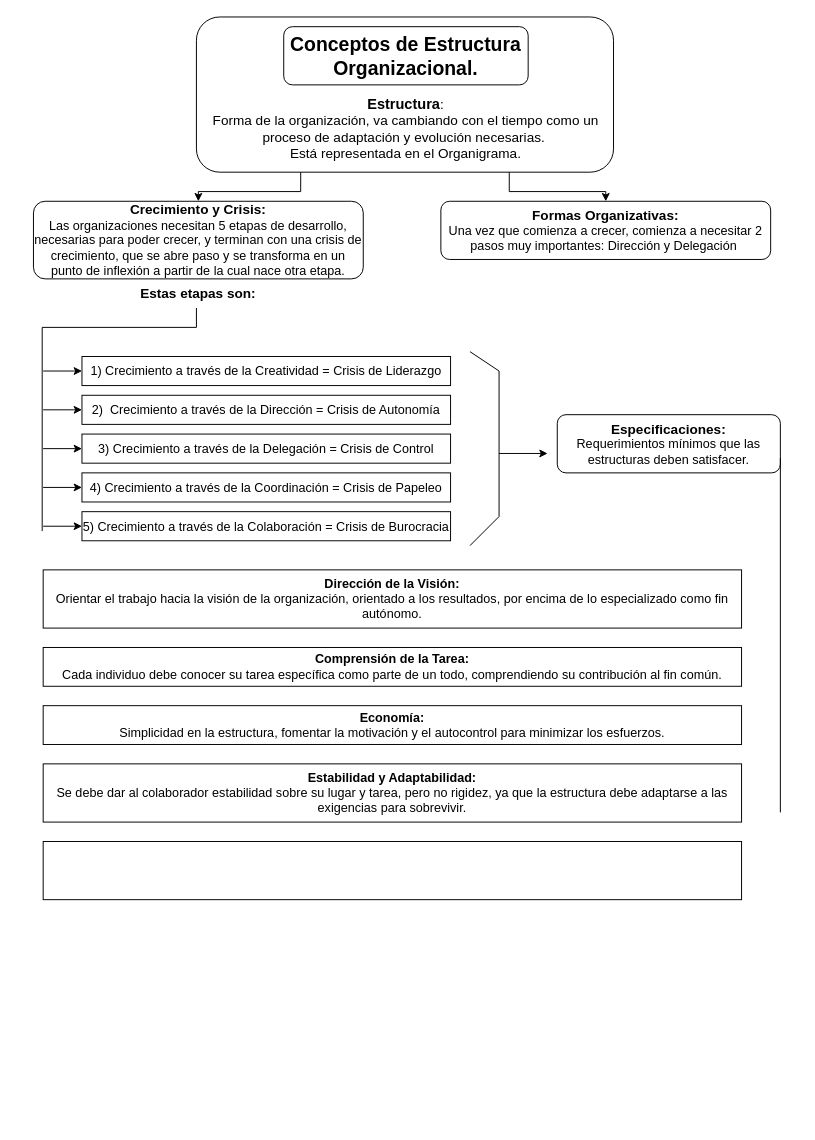
Earlier version of the draw.io diagram Primer Parcial Sistemas.drawio (PsyKloX/nextjs-course). Source tidied: cells renumbered, new cells numbered last; positions are measured from the earlier drawing's top-left corner, leaving out a move shared by most shapes. Both pictures are drawn from the tidied source at 97%, with x=0, y=0 at pixel (33, 16).
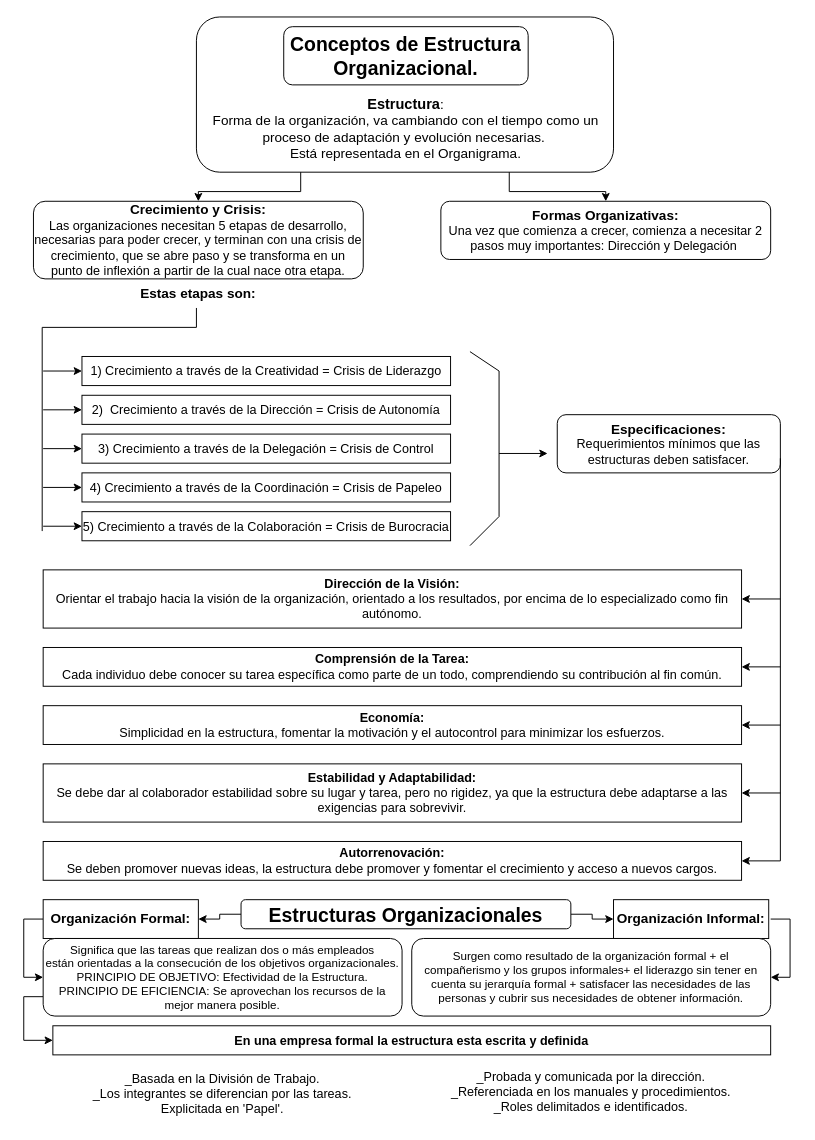
The same diagram, later.

Unchanged cells that the change refers to:
```xml
<mxCell id="23" value="&lt;b&gt;&lt;font style=&quot;font-size: 14px;&quot;&gt;Especificaciones:&lt;/font&gt;&lt;/b&gt;&lt;div&gt;&lt;font style=&quot;font-size: 13px;&quot;&gt;Requerimientos mínimos que las estructuras deben satisfacer.&lt;/font&gt;&lt;/div&gt;" style="rounded=1;whiteSpace=wrap;html=1;" parent="1" vertex="1">
  <mxGeometry x="540" y="410" width="230" height="60" as="geometry" />
</mxCell>
<mxCell id="25" value="&lt;b style=&quot;font-size: 13px;&quot;&gt;&lt;font style=&quot;font-size: 13px;&quot;&gt;Dirección de la Visión:&lt;/font&gt;&lt;/b&gt;&lt;div style=&quot;font-size: 13px;&quot;&gt;Orientar el trabajo hacia la visión de la organización, orientado a los resultados, por encima de lo especializado como fin autónomo.&lt;/div&gt;" style="rounded=0;whiteSpace=wrap;html=1;" parent="1" vertex="1">
  <mxGeometry x="10" y="570" width="720" height="60" as="geometry" />
</mxCell>
<mxCell id="26" value="&lt;font style=&quot;font-size: 13px;&quot;&gt;&lt;b&gt;Comprensión de la Tarea:&lt;/b&gt;&lt;/font&gt;&lt;div style=&quot;font-size: 13px;&quot;&gt;&lt;font style=&quot;font-size: 13px;&quot;&gt;Cada individuo debe conocer su tarea específica como parte de un todo, comprendiendo su contribución al fin común.&lt;/font&gt;&lt;/div&gt;" style="rounded=0;whiteSpace=wrap;html=1;" parent="1" vertex="1">
  <mxGeometry x="10" y="650" width="720" height="40" as="geometry" />
</mxCell>
<mxCell id="27" value="&lt;font style=&quot;font-size: 13px;&quot;&gt;&lt;b&gt;Economía:&lt;/b&gt;&lt;/font&gt;&lt;div style=&quot;font-size: 13px;&quot;&gt;&lt;font style=&quot;font-size: 13px;&quot;&gt;Simplicidad en la estructura, fomentar la motivación y el autocontrol para minimizar los esfuerzos.&lt;/font&gt;&lt;/div&gt;" style="rounded=0;whiteSpace=wrap;html=1;" parent="1" vertex="1">
  <mxGeometry x="10" y="710" width="720" height="40" as="geometry" />
</mxCell>
<mxCell id="28" value="&lt;font style=&quot;font-size: 13px;&quot;&gt;&lt;b&gt;Estabilidad y Adaptabilidad:&lt;/b&gt;&lt;/font&gt;&lt;div style=&quot;font-size: 13px;&quot;&gt;&lt;font style=&quot;font-size: 13px;&quot;&gt;Se debe dar al colaborador estabilidad sobre su lugar y tarea, pero no rigidez, ya que la estructura debe adaptarse a las exigencias para sobrevivir.&lt;/font&gt;&lt;/div&gt;" style="rounded=0;whiteSpace=wrap;html=1;" parent="1" vertex="1">
  <mxGeometry x="10" y="770" width="720" height="60" as="geometry" />
</mxCell>
```

The edit, as a diff of the source:
```diff
@@
     <mxCell id="24" style="endArrow=none;html=1;rounded=0;entryX=1;entryY=0.75;entryDx=0;entryDy=0;" parent="1" edge="1" target="23">
       <mxGeometry relative="1" as="geometry">
-        <mxPoint x="770" y="820" as="sourcePoint" />
+        <mxPoint x="770" y="870" as="sourcePoint" />
       </mxGeometry>
     </mxCell>
@@
-    <mxCell id="29" style="rounded=0;whiteSpace=wrap;html=1;" parent="1" vertex="1">
-      <mxGeometry x="10" y="850" width="720" height="60" as="geometry" />
+    <mxCell id="29" value="&lt;b style=&quot;font-size: 13px;&quot;&gt;&lt;font style=&quot;font-size: 13px;&quot;&gt;Autorrenovación:&lt;/font&gt;&lt;/b&gt;&lt;div style=&quot;font-size: 13px;&quot;&gt;&lt;font style=&quot;font-size: 13px;&quot;&gt;Se deben promover nuevas ideas, la estructura debe promover y fomentar el crecimiento y acceso a nuevos cargos.&lt;/font&gt;&lt;/div&gt;" style="rounded=0;whiteSpace=wrap;html=1;" parent="1" vertex="1">
+      <mxGeometry x="10" y="850" width="720" height="40" as="geometry" />
     </mxCell>
+    <mxCell id="30" style="endArrow=classic;html=1;rounded=0;entryX=1;entryY=0.5;entryDx=0;entryDy=0;" parent="1" edge="1" target="25">
+      <mxGeometry relative="1" as="geometry">
+        <mxPoint x="770" y="600" as="sourcePoint" />
+      </mxGeometry>
+    </mxCell>
+    <mxCell id="31" style="endArrow=classic;html=1;rounded=0;entryX=1;entryY=0.5;entryDx=0;entryDy=0;" parent="1" edge="1" target="26">
+      <mxGeometry relative="1" as="geometry">
+        <mxPoint x="770" y="670" as="sourcePoint" />
+      </mxGeometry>
+    </mxCell>
+    <mxCell id="32" style="endArrow=classic;html=1;rounded=0;entryX=1;entryY=0.5;entryDx=0;entryDy=0;" parent="1" edge="1" target="27">
+      <mxGeometry relative="1" as="geometry">
+        <mxPoint x="770" y="730" as="sourcePoint" />
+      </mxGeometry>
+    </mxCell>
+    <mxCell id="33" style="endArrow=classic;html=1;rounded=0;entryX=1;entryY=0.5;entryDx=0;entryDy=0;" parent="1" edge="1" target="28">
+      <mxGeometry relative="1" as="geometry">
+        <mxPoint x="770" y="800" as="sourcePoint" />
+      </mxGeometry>
+    </mxCell>
+    <mxCell id="34" style="endArrow=classic;html=1;rounded=0;entryX=1;entryY=0.5;entryDx=0;entryDy=0;" parent="1" edge="1" target="29">
+      <mxGeometry relative="1" as="geometry">
+        <mxPoint x="770" y="870" as="sourcePoint" />
+      </mxGeometry>
+    </mxCell>
+    <mxCell id="35" style="edgeStyle=orthogonalEdgeStyle;rounded=0;jettySize=auto;html=1;entryX=1;entryY=0.5;entryDx=0;entryDy=0;" parent="1" edge="1" source="37" target="40">
+      <mxGeometry relative="1" as="geometry" />
+    </mxCell>
+    <mxCell id="36" style="edgeStyle=orthogonalEdgeStyle;rounded=0;jettySize=auto;html=1;exitX=1;exitY=0.5;exitDx=0;exitDy=0;entryX=0;entryY=0.5;entryDx=0;entryDy=0;" parent="1" edge="1" source="37" target="41">
+      <mxGeometry relative="1" as="geometry" />
+    </mxCell>
+    <mxCell id="37" value="&lt;font style=&quot;font-size: 20px;&quot;&gt;&lt;b&gt;Estructuras Organizacionales&lt;/b&gt;&lt;/font&gt;" style="rounded=1;whiteSpace=wrap;html=1;" parent="1" vertex="1">
+      <mxGeometry x="214" y="910" width="340" height="30" as="geometry" />
+    </mxCell>
+    <mxCell id="38" style="edgeStyle=orthogonalEdgeStyle;rounded=0;jettySize=auto;html=1;exitX=0.5;exitY=1;exitDx=0;exitDy=0;entryX=0.25;entryY=0;entryDx=0;entryDy=0;" parent="1" edge="1" source="40" target="43">
+      <mxGeometry relative="1" as="geometry" />
+    </mxCell>
+    <mxCell id="39" style="edgeStyle=orthogonalEdgeStyle;rounded=0;jettySize=auto;html=1;exitX=0;exitY=0.5;exitDx=0;exitDy=0;entryX=0;entryY=0.5;entryDx=0;entryDy=0;" parent="1" edge="1" source="40" target="43">
+      <mxGeometry relative="1" as="geometry" />
+    </mxCell>
+    <mxCell id="40" value="&lt;b&gt;&lt;font style=&quot;font-size: 14px;&quot;&gt;Organización Formal:&lt;/font&gt;&lt;/b&gt;" style="rounded=0;whiteSpace=wrap;html=1;" parent="1" vertex="1">
+      <mxGeometry x="10" y="910" width="160" height="40" as="geometry" />
+    </mxCell>
+    <mxCell id="41" value="&lt;b&gt;&lt;font style=&quot;font-size: 14px;&quot;&gt;Organización Informal:&lt;/font&gt;&lt;/b&gt;" style="rounded=0;whiteSpace=wrap;html=1;" parent="1" vertex="1">
+      <mxGeometry x="598" y="910" width="160" height="40" as="geometry" />
+    </mxCell>
+    <mxCell id="42" style="edgeStyle=orthogonalEdgeStyle;rounded=0;jettySize=auto;html=1;exitX=0;exitY=0.75;exitDx=0;exitDy=0;entryX=0;entryY=0.5;entryDx=0;entryDy=0;" parent="1" edge="1" source="43" target="46">
+      <mxGeometry relative="1" as="geometry" />
+    </mxCell>
+    <mxCell id="43" value="Significa que las tareas que realizan dos o más empleados &lt;br&gt;están orientadas a la consecución de los objetivos organizacionales.&lt;div&gt;PRINCIPIO DE OBJETIVO: Efectividad de la Estructura.&lt;/div&gt;&lt;div&gt;PRINCIPIO DE EFICIENCIA: Se aprovechan los recursos de la mejor manera posible.&lt;/div&gt;" style="rounded=1;whiteSpace=wrap;html=1;" parent="1" vertex="1">
+      <mxGeometry x="10" y="950" width="370" height="80" as="geometry" />
+    </mxCell>
+    <mxCell id="44" value="&lt;br&gt;Surgen como resultado de la organización formal + el &lt;br&gt;compañerismo y los grupos informales+ el liderazgo sin tener en cuenta su jerarquía&amp;nbsp;formal + satisfacer las necesidades de las personas y cubrir sus necesidades de obtener información.&lt;div&gt;&lt;br/&gt;&lt;/div&gt;" style="rounded=1;whiteSpace=wrap;html=1;" parent="1" vertex="1">
+      <mxGeometry x="390" y="950" width="370" height="80" as="geometry" />
+    </mxCell>
+    <mxCell id="45" style="endArrow=classic;html=1;rounded=0;entryX=1;entryY=0.5;entryDx=0;entryDy=0;" parent="1" edge="1" target="44">
+      <mxGeometry relative="1" as="geometry">
+        <mxPoint x="760" y="930" as="sourcePoint" />
+        <Array as="points">
+          <mxPoint x="780" y="930" />
+          <mxPoint x="780" y="990" />
+        </Array>
+      </mxGeometry>
+    </mxCell>
+    <mxCell id="46" value="&lt;b&gt;&lt;font style=&quot;font-size: 13px;&quot;&gt;En una empresa formal la estructura esta escrita y definida&lt;/font&gt;&lt;/b&gt;" style="rounded=0;whiteSpace=wrap;html=1;" parent="1" vertex="1">
+      <mxGeometry x="20" y="1040" width="740" height="30" as="geometry" />
+    </mxCell>
+    <mxCell id="47" value="&lt;font style=&quot;font-size: 13px;&quot;&gt;_Basada en la División de Trabajo.&lt;/font&gt;&lt;div style=&quot;font-size: 13px;&quot;&gt;&lt;font style=&quot;font-size: 13px;&quot;&gt;_Los integrantes se diferencian por las tareas.&lt;/font&gt;&lt;/div&gt;&lt;div style=&quot;font-size: 13px;&quot;&gt;&lt;font style=&quot;font-size: 13px;&quot;&gt;Explicitada en 'Papel'.&lt;/font&gt;&lt;/div&gt;" style="text;html=1;align=center;verticalAlign=middle;whiteSpace=wrap;rounded=0;" parent="1" vertex="1">
+      <mxGeometry y="1080" width="390" height="60" as="geometry" />
+    </mxCell>
+    <mxCell id="48" value="&lt;font style=&quot;font-size: 13px;&quot;&gt;_Probada y comunicada por la dirección.&lt;/font&gt;&lt;div style=&quot;font-size: 13px;&quot;&gt;&lt;font style=&quot;font-size: 13px;&quot;&gt;_Referenciada en los manuales y procedimientos.&lt;/font&gt;&lt;/div&gt;&lt;div style=&quot;font-size: 13px;&quot;&gt;&lt;font style=&quot;font-size: 13px;&quot;&gt;_Roles delimitados e identificados.&lt;/font&gt;&lt;/div&gt;" style="text;html=1;align=center;verticalAlign=middle;whiteSpace=wrap;rounded=0;" parent="1" vertex="1">
+      <mxGeometry x="390" y="1080" width="370" height="55" as="geometry" />
+    </mxCell>
```
